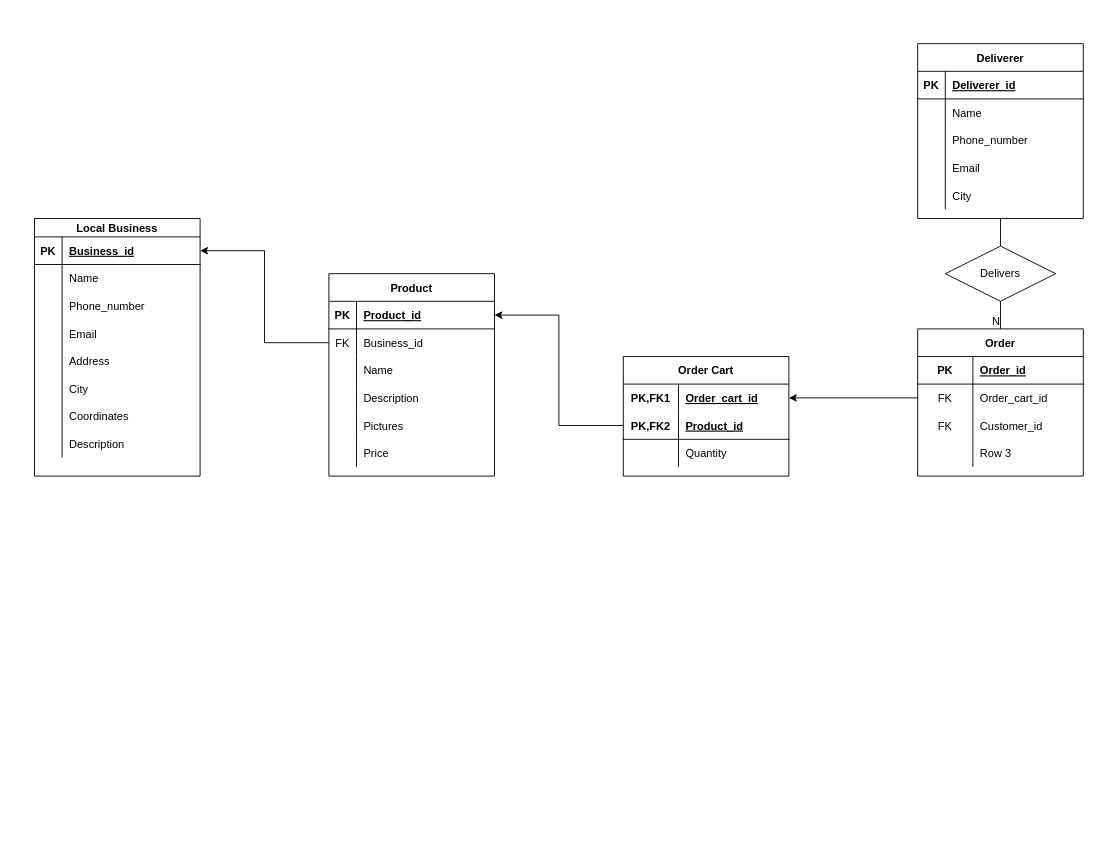
Thakkar-Khushang/Lofy-Backend keeps this draw.io diagram as Lofy ER Diagram.drawio. Above is the earlier version. Source tidied: cells renumbered, new cells numbered last; positions are measured from the earlier drawing's top-left corner, leaving out a move shared by most shapes. Both pictures are drawn from the tidied source at 92%, with x=0, y=0 at pixel (34, 43).
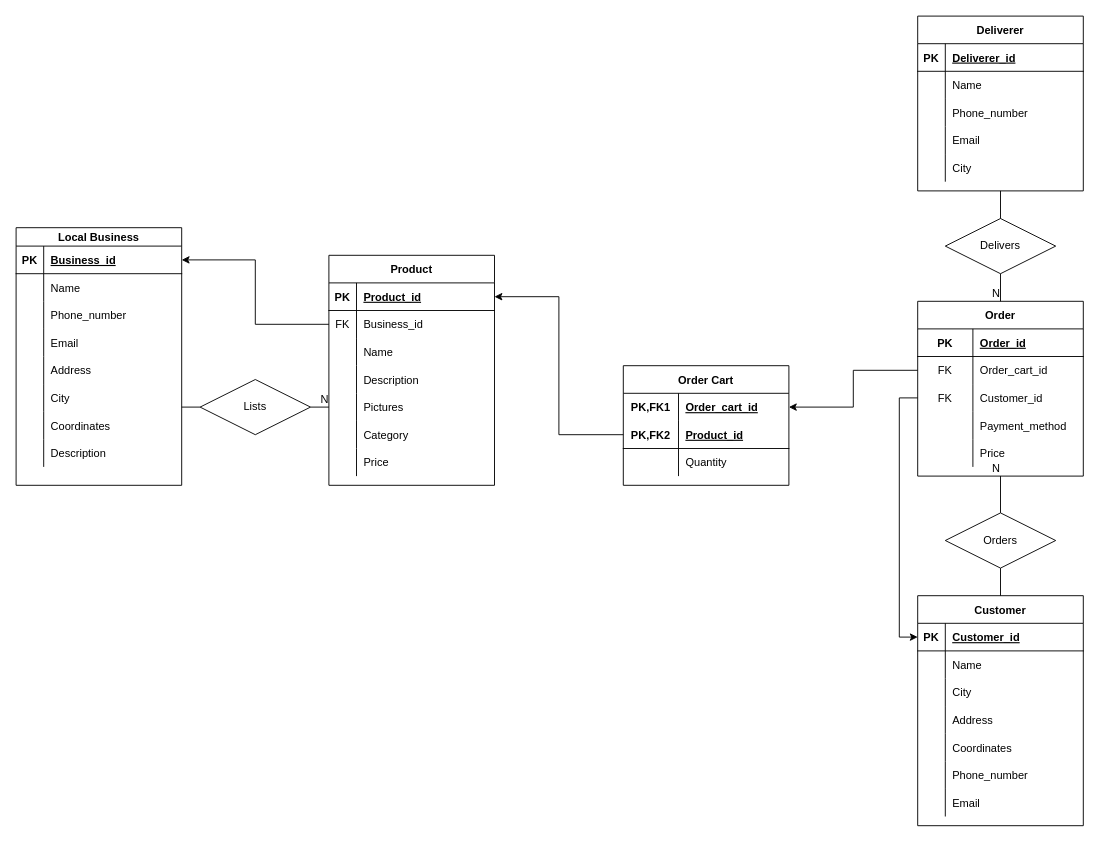
Above is the later version.

The change refers to these unchanged cells:
```xml
<mxCell id="40" style="shape=tableRow;horizontal=0;startSize=0;swimlaneHead=0;swimlaneBody=0;fillColor=none;points=[[0,0.5],[1,0.5]];portConstraint=eastwest;top=0;left=0;right=0;bottom=0;" parent="27" vertex="1">
  <mxGeometry y="150" width="180" height="30" as="geometry" />
</mxCell>
<mxCell id="63" style="shape=tableRow;horizontal=0;startSize=0;swimlaneHead=0;swimlaneBody=0;fillColor=none;points=[[0,0.5],[1,0.5]];portConstraint=eastwest;top=0;left=0;right=0;bottom=0;" parent="56" vertex="1">
  <mxGeometry y="90" width="180" height="30" as="geometry" />
</mxCell>
```

Change to the diagram source:
```diff
@@
     <mxCell id="2" value="Local Business" style="shape=table;startSize=20;childLayout=tableLayout;rowLines=0;fontStyle=1;align=center;" parent="1" vertex="1">
-      <mxGeometry y="190" width="180" height="280" as="geometry" />
+      <mxGeometry x="-20" y="200" width="180" height="280" as="geometry" />
     </mxCell>
@@
     <mxCell id="27" value="Product" style="shape=table;startSize=30;childLayout=tableLayout;rowLines=0;fontStyle=1;align=center;" parent="1" vertex="1">
-      <mxGeometry x="320" y="250" width="180" height="220" as="geometry" />
+      <mxGeometry x="320" y="230" width="180" height="250" as="geometry" />
     </mxCell>
@@
+    <mxCell id="92" style="shape=tableRow;horizontal=0;startSize=0;swimlaneHead=0;swimlaneBody=0;fillColor=none;top=0;left=0;right=0;bottom=0;" parent="27" vertex="1">
+      <mxGeometry y="180" width="180" height="30" as="geometry" />
+    </mxCell>
+    <mxCell id="93" style="shape=partialRectangle;fillColor=none;top=0;left=0;bottom=0;right=0;overflow=hidden;" parent="92" vertex="1">
+      <mxGeometry width="30" height="30" as="geometry" />
+    </mxCell>
+    <mxCell id="94" value="Category" style="shape=partialRectangle;fillColor=none;top=0;left=0;bottom=0;right=0;align=left;spacingLeft=6;overflow=hidden;" parent="92" vertex="1">
+      <mxGeometry x="30" width="150" height="30" as="geometry" />
+    </mxCell>
     <mxCell id="43" style="shape=tableRow;horizontal=0;startSize=0;swimlaneHead=0;swimlaneBody=0;fillColor=none;top=0;left=0;right=0;bottom=0;" parent="27" vertex="1">
-      <mxGeometry y="180" width="180" height="30" as="geometry" />
+      <mxGeometry y="210" width="180" height="30" as="geometry" />
     </mxCell>
@@
     <mxCell id="46" value="Order Cart" style="shape=table;startSize=30;childLayout=tableLayout;rowLines=0;fontStyle=1;align=center;" parent="1" vertex="1">
-      <mxGeometry x="640" y="340" width="180" height="130" as="geometry" />
+      <mxGeometry x="640" y="350" width="180" height="130" as="geometry" />
     </mxCell>
@@
     <mxCell id="56" value="Order" style="shape=table;startSize=30;childLayout=tableLayout;rowLines=0;fontStyle=1;align=center;" parent="1" vertex="1">
-      <mxGeometry x="960" y="310" width="180" height="160" as="geometry" />
+      <mxGeometry x="960" y="280" width="180" height="190" as="geometry" />
     </mxCell>
@@
+    <mxCell id="95" style="shape=tableRow;horizontal=0;startSize=0;swimlaneHead=0;swimlaneBody=0;fillColor=none;top=0;left=0;right=0;bottom=0;" parent="56" vertex="1">
+      <mxGeometry y="120" width="180" height="30" as="geometry" />
+    </mxCell>
+    <mxCell id="96" style="shape=partialRectangle;fillColor=none;top=0;left=0;bottom=0;right=0;overflow=hidden;" parent="95" vertex="1">
+      <mxGeometry width="60" height="30" as="geometry" />
+    </mxCell>
+    <mxCell id="97" value="Payment_method" style="shape=partialRectangle;fillColor=none;top=0;left=0;bottom=0;right=0;align=left;spacingLeft=6;overflow=hidden;" parent="95" vertex="1">
+      <mxGeometry x="60" width="120" height="30" as="geometry" />
+    </mxCell>
     <mxCell id="66" style="shape=tableRow;horizontal=0;startSize=0;swimlaneHead=0;swimlaneBody=0;fillColor=none;top=0;left=0;right=0;bottom=0;" parent="56" vertex="1">
-      <mxGeometry y="120" width="180" height="30" as="geometry" />
+      <mxGeometry y="150" width="180" height="30" as="geometry" />
     </mxCell>
@@
-    <mxCell id="68" value="Row 3" style="shape=partialRectangle;fillColor=none;top=0;left=0;bottom=0;right=0;align=left;spacingLeft=6;overflow=hidden;" parent="66" vertex="1">
+    <mxCell id="68" value="Price" style="shape=partialRectangle;fillColor=none;top=0;left=0;bottom=0;right=0;align=left;spacingLeft=6;overflow=hidden;" parent="66" vertex="1">
       <mxGeometry x="60" width="120" height="30" as="geometry" />
     </mxCell>
@@
     <mxCell id="72" value="Deliverer" style="shape=table;startSize=30;childLayout=tableLayout;rowLines=0;fontStyle=1;align=center;" parent="1" vertex="1">
-      <mxGeometry x="960" width="180" height="190" as="geometry" />
+      <mxGeometry x="960" y="-30" width="180" height="190" as="geometry" />
     </mxCell>
@@
     <mxCell id="88" value="Delivers" style="shape=rhombus;perimeter=rhombusPerimeter;whiteSpace=wrap;html=1;align=center;" parent="1" vertex="1">
-      <mxGeometry x="990" y="220" width="120" height="60" as="geometry" />
+      <mxGeometry x="990" y="190" width="120" height="60" as="geometry" />
     </mxCell>
@@
+    <mxCell id="98" value="Customer" style="shape=table;startSize=30;childLayout=tableLayout;rowLines=0;fontStyle=1;align=center;" parent="1" vertex="1">
+      <mxGeometry x="960" y="600" width="180" height="250" as="geometry" />
+    </mxCell>
+    <mxCell id="99" style="shape=tableRow;horizontal=0;startSize=0;swimlaneHead=0;swimlaneBody=0;fillColor=none;points=[[0,0.5],[1,0.5]];portConstraint=eastwest;top=0;left=0;right=0;bottom=1;" parent="98" vertex="1">
+      <mxGeometry y="30" width="180" height="30" as="geometry" />
+    </mxCell>
+    <mxCell id="100" value="PK" style="shape=partialRectangle;fillColor=none;top=0;left=0;bottom=0;right=0;fontStyle=1;overflow=hidden;" parent="99" vertex="1">
+      <mxGeometry width="30" height="30" as="geometry" />
+    </mxCell>
+    <mxCell id="101" value="Customer_id" style="shape=partialRectangle;fillColor=none;top=0;left=0;bottom=0;right=0;align=left;spacingLeft=6;fontStyle=5;overflow=hidden;" parent="99" vertex="1">
+      <mxGeometry x="30" width="150" height="30" as="geometry" />
+    </mxCell>
+    <mxCell id="102" style="shape=tableRow;horizontal=0;startSize=0;swimlaneHead=0;swimlaneBody=0;fillColor=none;top=0;left=0;right=0;bottom=0;" parent="98" vertex="1">
+      <mxGeometry y="60" width="180" height="30" as="geometry" />
+    </mxCell>
+    <mxCell id="103" style="shape=partialRectangle;fillColor=none;top=0;left=0;bottom=0;right=0;overflow=hidden;" parent="102" vertex="1">
+      <mxGeometry width="30" height="30" as="geometry" />
+    </mxCell>
+    <mxCell id="104" value="Name" style="shape=partialRectangle;fillColor=none;top=0;left=0;bottom=0;right=0;align=left;spacingLeft=6;overflow=hidden;" parent="102" vertex="1">
+      <mxGeometry x="30" width="150" height="30" as="geometry" />
+    </mxCell>
+    <mxCell id="105" style="shape=tableRow;horizontal=0;startSize=0;swimlaneHead=0;swimlaneBody=0;fillColor=none;top=0;left=0;right=0;bottom=0;" parent="98" vertex="1">
+      <mxGeometry y="90" width="180" height="30" as="geometry" />
+    </mxCell>
+    <mxCell id="106" style="shape=partialRectangle;fillColor=none;top=0;left=0;bottom=0;right=0;overflow=hidden;" parent="105" vertex="1">
+      <mxGeometry width="30" height="30" as="geometry" />
+    </mxCell>
+    <mxCell id="107" value="City" style="shape=partialRectangle;fillColor=none;top=0;left=0;bottom=0;right=0;align=left;spacingLeft=6;overflow=hidden;" parent="105" vertex="1">
+      <mxGeometry x="30" width="150" height="30" as="geometry" />
+    </mxCell>
+    <mxCell id="108" style="shape=tableRow;horizontal=0;startSize=0;swimlaneHead=0;swimlaneBody=0;fillColor=none;top=0;left=0;right=0;bottom=0;" parent="98" vertex="1">
+      <mxGeometry y="120" width="180" height="30" as="geometry" />
+    </mxCell>
+    <mxCell id="109" style="shape=partialRectangle;fillColor=none;top=0;left=0;bottom=0;right=0;overflow=hidden;" parent="108" vertex="1">
+      <mxGeometry width="30" height="30" as="geometry" />
+    </mxCell>
+    <mxCell id="110" value="Address" style="shape=partialRectangle;fillColor=none;top=0;left=0;bottom=0;right=0;align=left;spacingLeft=6;overflow=hidden;" parent="108" vertex="1">
+      <mxGeometry x="30" width="150" height="30" as="geometry" />
+    </mxCell>
+    <mxCell id="111" style="shape=tableRow;horizontal=0;startSize=0;swimlaneHead=0;swimlaneBody=0;fillColor=none;top=0;left=0;right=0;bottom=0;" parent="98" vertex="1">
+      <mxGeometry y="150" width="180" height="30" as="geometry" />
+    </mxCell>
+    <mxCell id="112" style="shape=partialRectangle;fillColor=none;top=0;left=0;bottom=0;right=0;overflow=hidden;" parent="111" vertex="1">
+      <mxGeometry width="30" height="30" as="geometry" />
+    </mxCell>
+    <mxCell id="113" value="Coordinates" style="shape=partialRectangle;fillColor=none;top=0;left=0;bottom=0;right=0;align=left;spacingLeft=6;overflow=hidden;" parent="111" vertex="1">
+      <mxGeometry x="30" width="150" height="30" as="geometry" />
+    </mxCell>
+    <mxCell id="114" style="shape=tableRow;horizontal=0;startSize=0;swimlaneHead=0;swimlaneBody=0;fillColor=none;top=0;left=0;right=0;bottom=0;" parent="98" vertex="1">
+      <mxGeometry y="180" width="180" height="30" as="geometry" />
+    </mxCell>
+    <mxCell id="115" style="shape=partialRectangle;fillColor=none;top=0;left=0;bottom=0;right=0;overflow=hidden;" parent="114" vertex="1">
+      <mxGeometry width="30" height="30" as="geometry" />
+    </mxCell>
+    <mxCell id="116" value="Phone_number" style="shape=partialRectangle;fillColor=none;top=0;left=0;bottom=0;right=0;align=left;spacingLeft=6;overflow=hidden;" parent="114" vertex="1">
+      <mxGeometry x="30" width="150" height="30" as="geometry" />
+    </mxCell>
+    <mxCell id="117" style="shape=tableRow;horizontal=0;startSize=0;swimlaneHead=0;swimlaneBody=0;fillColor=none;top=0;left=0;right=0;bottom=0;" parent="98" vertex="1">
+      <mxGeometry y="210" width="180" height="30" as="geometry" />
+    </mxCell>
+    <mxCell id="118" style="shape=partialRectangle;fillColor=none;top=0;left=0;bottom=0;right=0;overflow=hidden;" parent="117" vertex="1">
+      <mxGeometry width="30" height="30" as="geometry" />
+    </mxCell>
+    <mxCell id="119" value="Email" style="shape=partialRectangle;fillColor=none;top=0;left=0;bottom=0;right=0;align=left;spacingLeft=6;overflow=hidden;" parent="117" vertex="1">
+      <mxGeometry x="30" width="150" height="30" as="geometry" />
+    </mxCell>
+    <mxCell id="120" value="Orders" style="shape=rhombus;perimeter=rhombusPerimeter;whiteSpace=wrap;html=1;align=center;" parent="1" vertex="1">
+      <mxGeometry x="990" y="510" width="120" height="60" as="geometry" />
+    </mxCell>
+    <mxCell id="121" style="edgeStyle=orthogonalEdgeStyle;rounded=0;jettySize=auto;html=1;exitX=0;exitY=0.5;exitDx=0;exitDy=0;entryX=0;entryY=0.5;entryDx=0;entryDy=0;" parent="1" edge="1" source="63" target="99">
+      <mxGeometry relative="1" as="geometry" />
+    </mxCell>
+    <mxCell id="122" style="endArrow=none;html=1;rounded=0;entryX=0.5;entryY=1;entryDx=0;entryDy=0;exitX=0.5;exitY=0;exitDx=0;exitDy=0;" parent="1" edge="1" source="98" target="120">
+      <mxGeometry relative="1" as="geometry" />
+    </mxCell>
+    <mxCell id="123" style="endArrow=none;html=1;rounded=0;exitX=0.5;exitY=0;exitDx=0;exitDy=0;entryX=0.5;entryY=1;entryDx=0;entryDy=0;" parent="1" edge="1" source="120" target="56">
+      <mxGeometry relative="1" as="geometry" />
+    </mxCell>
+    <mxCell id="124" value="N" style="html=1;align=right;verticalAlign=bottom;" parent="123" vertex="1">
+      <mxGeometry x="1" relative="1" as="geometry" />
+    </mxCell>
+    <mxCell id="125" value="Lists" style="shape=rhombus;perimeter=rhombusPerimeter;whiteSpace=wrap;html=1;align=center;" parent="1" vertex="1">
+      <mxGeometry x="180" y="365" width="120" height="60" as="geometry" />
+    </mxCell>
+    <mxCell id="126" style="endArrow=none;html=1;rounded=0;exitX=1;exitY=0.5;exitDx=0;exitDy=0;entryX=0;entryY=0.5;entryDx=0;entryDy=0;" parent="1" edge="1" source="125" target="40">
+      <mxGeometry relative="1" as="geometry" />
+    </mxCell>
+    <mxCell id="127" value="N" style="html=1;align=right;verticalAlign=bottom;" parent="126" vertex="1">
+      <mxGeometry x="1" relative="1" as="geometry" />
+    </mxCell>
+    <mxCell id="128" style="endArrow=none;html=1;rounded=0;entryX=0;entryY=0.5;entryDx=0;entryDy=0;" parent="1" edge="1" target="125">
+      <mxGeometry relative="1" as="geometry">
+        <mxPoint x="160" y="395" as="sourcePoint" />
+      </mxGeometry>
+    </mxCell>
```
